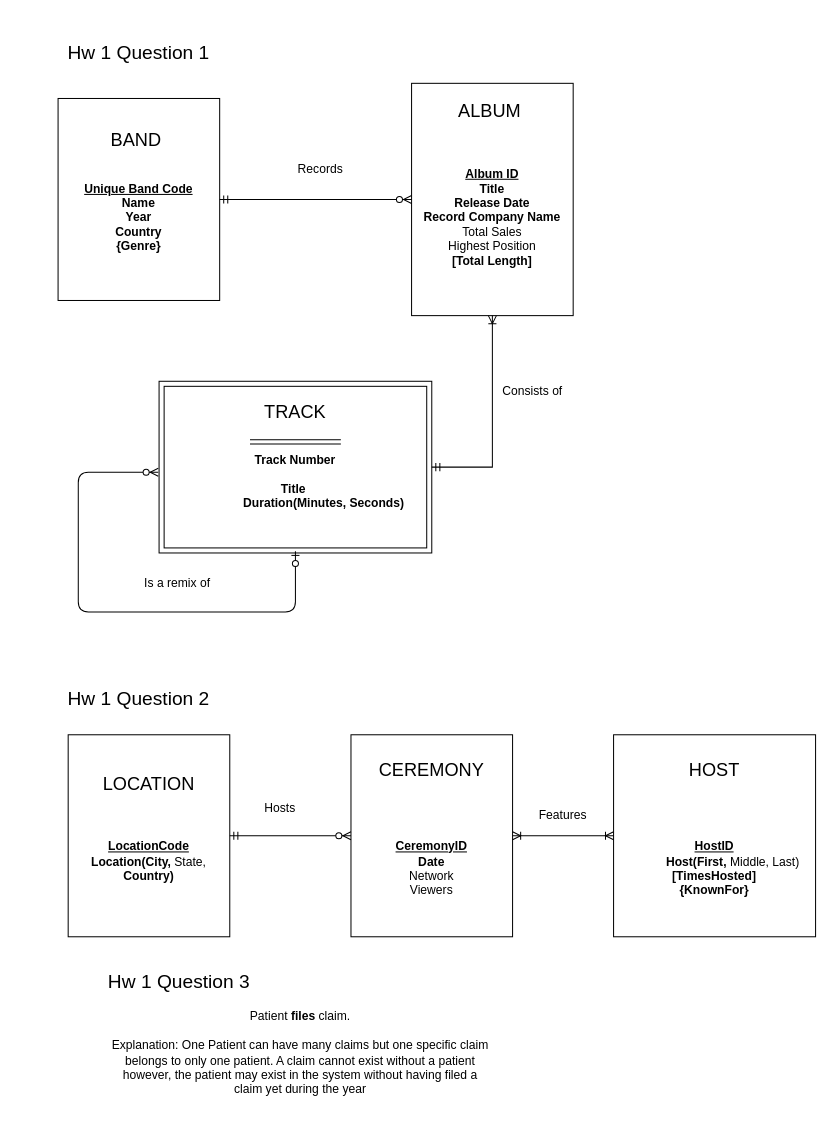
The draw.io diagram HW 1.drawio in KennethManzi1/Data-Management-Graduate-School-Course, before the edit. Source tidied: cells renumbered, new cells numbered last; positions are measured from the earlier drawing's top-left corner, leaving out a move shared by most shapes. Both pictures are drawn from the tidied source at 101%, with x=0, y=0 at pixel (17, 17).
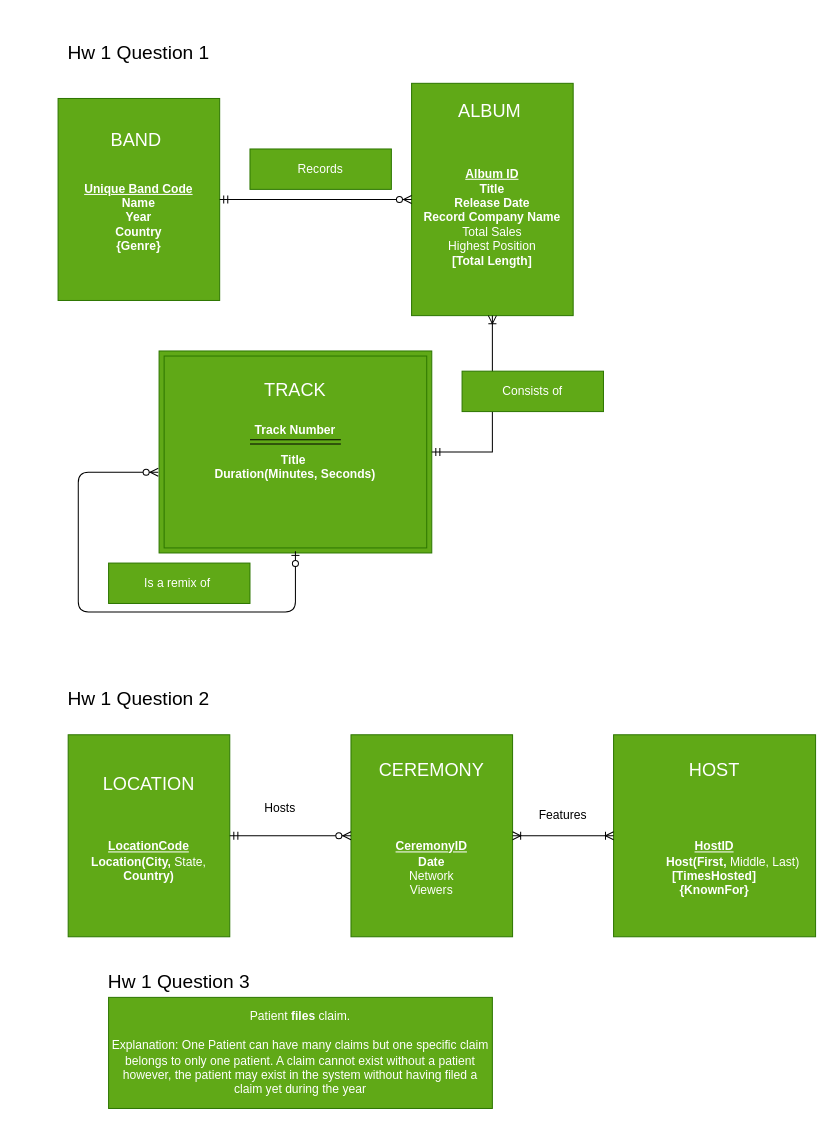
The same diagram, later.

What changed in the source:
```diff
@@
-    <mxCell id="3" value="&lt;font style=&quot;font-size: 18px;&quot;&gt;BAND&lt;b&gt;&amp;nbsp;&lt;/b&gt;&lt;/font&gt;&lt;div&gt;&lt;br&gt;&lt;/div&gt;&lt;div&gt;&lt;br&gt;&lt;/div&gt;&lt;div&gt;&lt;div&gt;&lt;u&gt;&lt;b&gt;Unique Band Code&lt;/b&gt;&lt;/u&gt;&lt;/div&gt;&lt;div&gt;&lt;b&gt;Name&lt;/b&gt;&lt;/div&gt;&lt;div&gt;&lt;b&gt;Year&lt;/b&gt;&lt;/div&gt;&lt;div&gt;&lt;b&gt;Country&lt;/b&gt;&lt;/div&gt;&lt;div&gt;&lt;b&gt;{Genre}&lt;/b&gt;&lt;/div&gt;&lt;div&gt;&lt;br&gt;&lt;/div&gt;&lt;/div&gt;" style="whiteSpace=wrap;html=1;align=center;" parent="1" vertex="1">
+    <mxCell id="3" value="&lt;font style=&quot;font-size: 18px;&quot;&gt;BAND&lt;b&gt;&amp;nbsp;&lt;/b&gt;&lt;/font&gt;&lt;div&gt;&lt;br&gt;&lt;/div&gt;&lt;div&gt;&lt;br&gt;&lt;/div&gt;&lt;div&gt;&lt;div&gt;&lt;u&gt;&lt;b&gt;Unique Band Code&lt;/b&gt;&lt;/u&gt;&lt;/div&gt;&lt;div&gt;&lt;b&gt;Name&lt;/b&gt;&lt;/div&gt;&lt;div&gt;&lt;b&gt;Year&lt;/b&gt;&lt;/div&gt;&lt;div&gt;&lt;b&gt;Country&lt;/b&gt;&lt;/div&gt;&lt;div&gt;&lt;b&gt;{Genre}&lt;/b&gt;&lt;/div&gt;&lt;div&gt;&lt;br&gt;&lt;/div&gt;&lt;/div&gt;" style="whiteSpace=wrap;html=1;align=center;fillColor=#60a917;fontColor=#ffffff;strokeColor=#2D7600;" parent="1" vertex="1">
       <mxGeometry x="40" y="80" width="160" height="200" as="geometry" />
     </mxCell>
-    <mxCell id="4" value="&lt;font style=&quot;font-size: 18px;&quot;&gt;ALBUM&amp;nbsp;&lt;/font&gt;&lt;div&gt;&lt;span style=&quot;font-size: 18px;&quot;&gt;&lt;br&gt;&lt;/span&gt;&lt;/div&gt;&lt;div&gt;&lt;span style=&quot;font-size: 18px;&quot;&gt;&lt;br&gt;&lt;/span&gt;&lt;div&gt;&lt;b&gt;&lt;u&gt;Album ID&lt;/u&gt;&lt;/b&gt;&lt;/div&gt;&lt;div&gt;&lt;b&gt;Title&lt;/b&gt;&lt;/div&gt;&lt;div&gt;&lt;b&gt;Release Date&lt;/b&gt;&lt;/div&gt;&lt;div&gt;&lt;b&gt;Record Company Name&lt;/b&gt;&lt;/div&gt;&lt;div&gt;Total Sales&lt;/div&gt;&lt;div&gt;Highest Position&lt;/div&gt;&lt;div&gt;&lt;b&gt;[Total Length]&lt;/b&gt;&lt;/div&gt;&lt;div&gt;&lt;br&gt;&lt;/div&gt;&lt;div&gt;&lt;br&gt;&lt;/div&gt;&lt;/div&gt;" style="whiteSpace=wrap;html=1;align=center;" parent="1" vertex="1">
+    <mxCell id="4" value="&lt;font style=&quot;font-size: 18px;&quot;&gt;ALBUM&amp;nbsp;&lt;/font&gt;&lt;div&gt;&lt;span style=&quot;font-size: 18px;&quot;&gt;&lt;br&gt;&lt;/span&gt;&lt;/div&gt;&lt;div&gt;&lt;span style=&quot;font-size: 18px;&quot;&gt;&lt;br&gt;&lt;/span&gt;&lt;div&gt;&lt;b&gt;&lt;u&gt;Album ID&lt;/u&gt;&lt;/b&gt;&lt;/div&gt;&lt;div&gt;&lt;b&gt;Title&lt;/b&gt;&lt;/div&gt;&lt;div&gt;&lt;b&gt;Release Date&lt;/b&gt;&lt;/div&gt;&lt;div&gt;&lt;b&gt;Record Company Name&lt;/b&gt;&lt;/div&gt;&lt;div&gt;Total Sales&lt;/div&gt;&lt;div&gt;Highest Position&lt;/div&gt;&lt;div&gt;&lt;b&gt;[Total Length]&lt;/b&gt;&lt;/div&gt;&lt;div&gt;&lt;br&gt;&lt;/div&gt;&lt;div&gt;&lt;br&gt;&lt;/div&gt;&lt;/div&gt;" style="whiteSpace=wrap;html=1;align=center;fillColor=#60a917;fontColor=#ffffff;strokeColor=#2D7600;" parent="1" vertex="1">
       <mxGeometry x="390" y="65" width="160" height="230" as="geometry" />
     </mxCell>
@@
-    <mxCell id="6" value="Records" style="text;html=1;whiteSpace=wrap;strokeColor=none;fillColor=none;align=center;verticalAlign=middle;rounded=0;" parent="1" vertex="1">
+    <mxCell id="6" value="Records" style="text;html=1;whiteSpace=wrap;strokeColor=#2D7600;fillColor=#60a917;align=center;verticalAlign=middle;rounded=0;fontColor=#ffffff;" parent="1" vertex="1">
       <mxGeometry x="230" y="130" width="140" height="40" as="geometry" />
     </mxCell>
-    <mxCell id="7" value="&lt;div&gt;&lt;font style=&quot;font-size: 18px;&quot;&gt;&lt;br&gt;&lt;/font&gt;&lt;/div&gt;&lt;font style=&quot;font-size: 18px;&quot;&gt;TRACK&lt;/font&gt;&lt;div&gt;&lt;div&gt;&lt;br&gt;&lt;/div&gt;&lt;div&gt;&lt;br&gt;&lt;/div&gt;&lt;div&gt;&lt;b&gt;Track Number&lt;/b&gt;&lt;/div&gt;&lt;div&gt;&lt;br&gt;&lt;/div&gt;&lt;div&gt;&lt;span style=&quot;background-color: transparent; color: light-dark(rgb(0, 0, 0), rgb(255, 255, 255));&quot;&gt;&lt;b&gt;Title&amp;nbsp;&lt;/b&gt;&lt;/span&gt;&lt;/div&gt;&lt;div&gt;&lt;b&gt;&amp;nbsp; &amp;nbsp; &amp;nbsp; &amp;nbsp; &amp;nbsp; &amp;nbsp; &amp;nbsp; &amp;nbsp; &amp;nbsp;Duration(Minutes, Seconds)&lt;/b&gt;&lt;/div&gt;&lt;div&gt;&lt;span style=&quot;background-color: transparent; color: light-dark(rgb(0, 0, 0), rgb(255, 255, 255));&quot;&gt;&lt;br&gt;&lt;/span&gt;&lt;/div&gt;&lt;div&gt;&lt;br&gt;&lt;/div&gt;&lt;div&gt;&lt;br&gt;&lt;/div&gt;&lt;/div&gt;" style="shape=ext;margin=3;double=1;whiteSpace=wrap;html=1;align=center;" parent="1" vertex="1">
-      <mxGeometry x="140" y="360" width="270" height="170" as="geometry" />
+    <mxCell id="7" value="&lt;div&gt;&lt;span style=&quot;font-size: 18px; background-color: transparent; color: light-dark(rgb(255, 255, 255), rgb(18, 18, 18));&quot;&gt;TRACK&lt;/span&gt;&lt;/div&gt;&lt;div&gt;&lt;span style=&quot;font-size: 18px; background-color: transparent; color: light-dark(rgb(255, 255, 255), rgb(18, 18, 18));&quot;&gt;&lt;br&gt;&lt;/span&gt;&lt;/div&gt;&lt;div&gt;&lt;b style=&quot;background-color: transparent; color: light-dark(rgb(255, 255, 255), rgb(18, 18, 18));&quot;&gt;Track Number&lt;/b&gt;&lt;/div&gt;&lt;div&gt;&lt;div&gt;&lt;div&gt;&lt;br&gt;&lt;/div&gt;&lt;div&gt;&lt;b&gt;&amp;nbsp; &amp;nbsp; &amp;nbsp; &amp;nbsp; Title&amp;nbsp; &amp;nbsp; &amp;nbsp; &amp;nbsp; &amp;nbsp;&lt;/b&gt;&lt;/div&gt;&lt;div&gt;&lt;b&gt;Duration(Minutes, Seconds)&lt;/b&gt;&lt;/div&gt;&lt;div&gt;&lt;span style=&quot;background-color: transparent; color: light-dark(rgb(0, 0, 0), rgb(255, 255, 255));&quot;&gt;&lt;br&gt;&lt;/span&gt;&lt;/div&gt;&lt;div&gt;&lt;br&gt;&lt;/div&gt;&lt;div&gt;&lt;br&gt;&lt;/div&gt;&lt;/div&gt;&lt;/div&gt;" style="shape=ext;margin=3;double=1;whiteSpace=wrap;html=1;align=center;fillColor=#60a917;fontColor=#ffffff;strokeColor=#2D7600;" parent="1" vertex="1">
+      <mxGeometry x="140" y="330" width="270" height="200" as="geometry" />
     </mxCell>
@@
-    <mxCell id="11" value="Consists of" style="text;html=1;whiteSpace=wrap;strokeColor=none;fillColor=none;align=center;verticalAlign=middle;rounded=0;" parent="1" vertex="1">
+    <mxCell id="11" value="Consists of" style="text;html=1;whiteSpace=wrap;strokeColor=#2D7600;fillColor=#60a917;align=center;verticalAlign=middle;rounded=0;fontColor=#ffffff;" parent="1" vertex="1">
       <mxGeometry x="440" y="350" width="140" height="40" as="geometry" />
     </mxCell>
-    <mxCell id="12" value="Is a remix of&amp;nbsp;" style="text;html=1;whiteSpace=wrap;strokeColor=none;fillColor=none;align=center;verticalAlign=middle;rounded=0;" parent="1" vertex="1">
+    <mxCell id="12" value="Is a remix of&amp;nbsp;" style="text;html=1;whiteSpace=wrap;strokeColor=#2D7600;fillColor=#60a917;align=center;verticalAlign=middle;rounded=0;fontColor=#ffffff;" parent="1" vertex="1">
       <mxGeometry x="90" y="540" width="140" height="40" as="geometry" />
     </mxCell>
@@
-    <mxCell id="14" value="&lt;span style=&quot;font-size: 18px;&quot;&gt;LOCATION&lt;/span&gt;&lt;br&gt;&lt;div&gt;&lt;br&gt;&lt;/div&gt;&lt;div&gt;&lt;br&gt;&lt;/div&gt;&lt;div&gt;&lt;br&gt;&lt;/div&gt;&lt;div&gt;&lt;div&gt;&lt;b&gt;&lt;u&gt;LocationCode&lt;/u&gt;&lt;/b&gt;&lt;/div&gt;&lt;div&gt;&lt;b&gt;Location(City, &lt;/b&gt;State, &lt;b&gt;Country)&lt;/b&gt;&lt;/div&gt;&lt;div&gt;&lt;br&gt;&lt;/div&gt;&lt;/div&gt;" style="whiteSpace=wrap;html=1;align=center;" parent="1" vertex="1">
+    <mxCell id="14" value="&lt;span style=&quot;font-size: 18px;&quot;&gt;LOCATION&lt;/span&gt;&lt;br&gt;&lt;div&gt;&lt;br&gt;&lt;/div&gt;&lt;div&gt;&lt;br&gt;&lt;/div&gt;&lt;div&gt;&lt;br&gt;&lt;/div&gt;&lt;div&gt;&lt;div&gt;&lt;b&gt;&lt;u&gt;LocationCode&lt;/u&gt;&lt;/b&gt;&lt;/div&gt;&lt;div&gt;&lt;b&gt;Location(City, &lt;/b&gt;State, &lt;b&gt;Country)&lt;/b&gt;&lt;/div&gt;&lt;div&gt;&lt;br&gt;&lt;/div&gt;&lt;/div&gt;" style="whiteSpace=wrap;html=1;align=center;fillColor=#60a917;fontColor=#ffffff;strokeColor=#2D7600;" parent="1" vertex="1">
       <mxGeometry x="50" y="710" width="160" height="200" as="geometry" />
     </mxCell>
-    <mxCell id="15" value="&lt;div&gt;&lt;span style=&quot;font-size: 18px;&quot;&gt;CEREMONY&lt;/span&gt;&lt;/div&gt;&lt;div&gt;&lt;span style=&quot;font-size: 18px;&quot;&gt;&lt;br&gt;&lt;/span&gt;&lt;/div&gt;&lt;div&gt;&lt;span style=&quot;font-size: 18px;&quot;&gt;&lt;br&gt;&lt;/span&gt;&lt;/div&gt;&lt;div&gt;&lt;br&gt;&lt;/div&gt;&lt;div&gt;&lt;div&gt;&lt;b&gt;&lt;u&gt;CeremonyID&lt;/u&gt;&lt;/b&gt;&lt;/div&gt;&lt;div&gt;&lt;b&gt;Date&lt;/b&gt;&lt;/div&gt;&lt;div&gt;Network&lt;/div&gt;&lt;div&gt;Viewers&lt;/div&gt;&lt;div&gt;&lt;br&gt;&lt;/div&gt;&lt;/div&gt;" style="whiteSpace=wrap;html=1;align=center;" parent="1" vertex="1">
+    <mxCell id="15" value="&lt;div&gt;&lt;span style=&quot;font-size: 18px;&quot;&gt;CEREMONY&lt;/span&gt;&lt;/div&gt;&lt;div&gt;&lt;span style=&quot;font-size: 18px;&quot;&gt;&lt;br&gt;&lt;/span&gt;&lt;/div&gt;&lt;div&gt;&lt;span style=&quot;font-size: 18px;&quot;&gt;&lt;br&gt;&lt;/span&gt;&lt;/div&gt;&lt;div&gt;&lt;br&gt;&lt;/div&gt;&lt;div&gt;&lt;div&gt;&lt;b&gt;&lt;u&gt;CeremonyID&lt;/u&gt;&lt;/b&gt;&lt;/div&gt;&lt;div&gt;&lt;b&gt;Date&lt;/b&gt;&lt;/div&gt;&lt;div&gt;Network&lt;/div&gt;&lt;div&gt;Viewers&lt;/div&gt;&lt;div&gt;&lt;br&gt;&lt;/div&gt;&lt;/div&gt;" style="whiteSpace=wrap;html=1;align=center;fillColor=#60a917;fontColor=#ffffff;strokeColor=#2D7600;" parent="1" vertex="1">
       <mxGeometry x="330" y="710" width="160" height="200" as="geometry" />
     </mxCell>
-    <mxCell id="16" value="&lt;div&gt;&lt;span style=&quot;font-size: 18px;&quot;&gt;HOST&lt;/span&gt;&lt;/div&gt;&lt;div&gt;&lt;span style=&quot;font-size: 18px;&quot;&gt;&lt;br&gt;&lt;/span&gt;&lt;/div&gt;&lt;div&gt;&lt;span style=&quot;font-size: 18px;&quot;&gt;&lt;br&gt;&lt;/span&gt;&lt;/div&gt;&lt;div&gt;&lt;br&gt;&lt;/div&gt;&lt;div&gt;&lt;div&gt;&lt;b&gt;&lt;u&gt;HostID&lt;/u&gt;&lt;/b&gt;&lt;/div&gt;&lt;div&gt;&lt;b&gt;&amp;nbsp; &amp;nbsp; &amp;nbsp; &amp;nbsp; &amp;nbsp; &amp;nbsp;Host(First, &lt;/b&gt;Middle, Last)&lt;/div&gt;&lt;div&gt;&lt;b&gt;[TimesHosted]&lt;/b&gt;&lt;/div&gt;&lt;div&gt;&lt;b&gt;{KnownFor}&lt;/b&gt;&lt;/div&gt;&lt;div&gt;&lt;br&gt;&lt;/div&gt;&lt;/div&gt;" style="whiteSpace=wrap;html=1;align=center;" parent="1" vertex="1">
+    <mxCell id="16" value="&lt;div&gt;&lt;span style=&quot;font-size: 18px;&quot;&gt;HOST&lt;/span&gt;&lt;/div&gt;&lt;div&gt;&lt;span style=&quot;font-size: 18px;&quot;&gt;&lt;br&gt;&lt;/span&gt;&lt;/div&gt;&lt;div&gt;&lt;span style=&quot;font-size: 18px;&quot;&gt;&lt;br&gt;&lt;/span&gt;&lt;/div&gt;&lt;div&gt;&lt;br&gt;&lt;/div&gt;&lt;div&gt;&lt;div&gt;&lt;b&gt;&lt;u&gt;HostID&lt;/u&gt;&lt;/b&gt;&lt;/div&gt;&lt;div&gt;&lt;b&gt;&amp;nbsp; &amp;nbsp; &amp;nbsp; &amp;nbsp; &amp;nbsp; &amp;nbsp;Host(First, &lt;/b&gt;Middle, Last)&lt;/div&gt;&lt;div&gt;&lt;b&gt;[TimesHosted]&lt;/b&gt;&lt;/div&gt;&lt;div&gt;&lt;b&gt;{KnownFor}&lt;/b&gt;&lt;/div&gt;&lt;div&gt;&lt;br&gt;&lt;/div&gt;&lt;/div&gt;" style="whiteSpace=wrap;html=1;align=center;fillColor=#60a917;fontColor=#ffffff;strokeColor=#2D7600;" parent="1" vertex="1">
       <mxGeometry x="590" y="710" width="200" height="200" as="geometry" />
     </mxCell>
@@
-    <mxCell id="22" value="&lt;div&gt;Patient &lt;b&gt;files&lt;/b&gt; claim.&lt;br&gt;&lt;br&gt;Explanation: One Patient can have many claims but one specific claim belongs to only one patient. A claim cannot exist without a patient however, the patient may exist in the system without having filed a claim yet during the year&lt;/div&gt;" style="text;html=1;whiteSpace=wrap;strokeColor=none;fillColor=none;align=center;verticalAlign=middle;rounded=0;" parent="1" vertex="1">
+    <mxCell id="22" value="&lt;div&gt;Patient &lt;b&gt;files&lt;/b&gt; claim.&lt;br&gt;&lt;br&gt;Explanation: One Patient can have many claims but one specific claim belongs to only one patient. A claim cannot exist without a patient however, the patient may exist in the system without having filed a claim yet during the year&lt;/div&gt;" style="text;html=1;whiteSpace=wrap;strokeColor=#2D7600;fillColor=#60a917;align=center;verticalAlign=middle;rounded=0;fontColor=#ffffff;" parent="1" vertex="1">
       <mxGeometry x="90" y="970" width="380" height="110" as="geometry" />
     </mxCell>
```
